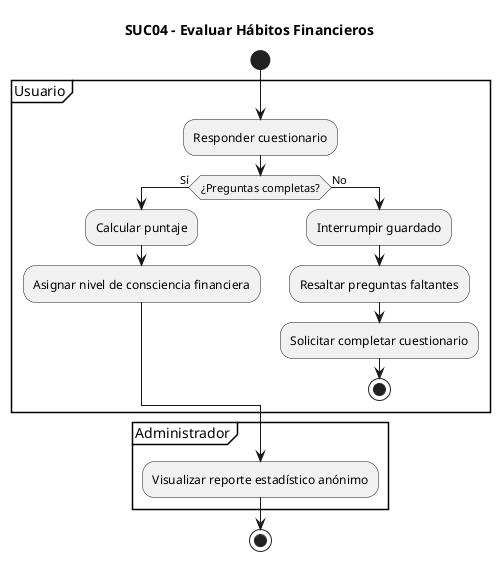
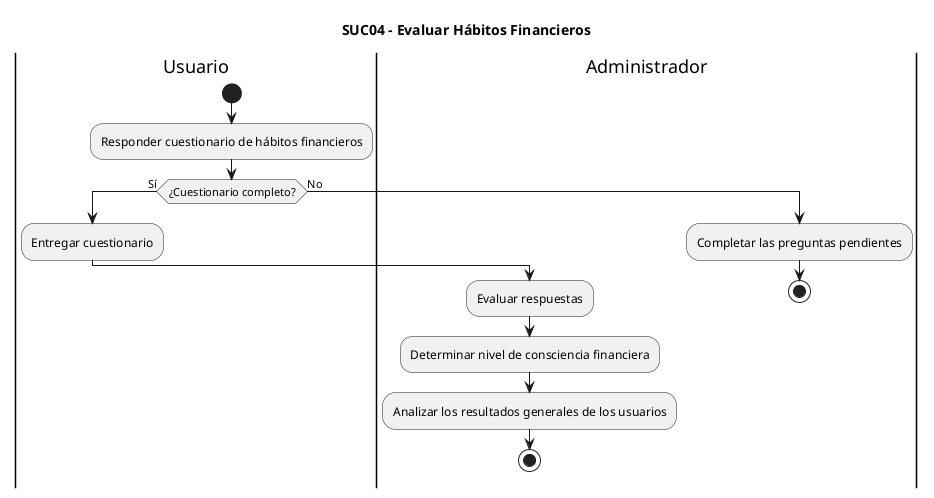
@startuml
title SUC04 - Evaluar Hábitos Financieros

+ |Usuario|
+ 
start

- partition Usuario {
+ :Responder cuestionario de hábitos financieros;

- :Responder cuestionario;
+ if (¿Cuestionario completo?) then (Sí)

- if (¿Preguntas completas?) then (Sí)
+ :Entregar cuestionario;

-     :Calcular puntaje;
-     :Asignar nivel de consciencia financiera;
+ |Administrador|
+ 
+ :Evaluar respuestas;
+ :Determinar nivel de consciencia financiera;
+ :Analizar los resultados generales de los usuarios;
+ 
+ stop

else (No)

-     :Interrumpir guardado;
-     :Resaltar preguntas faltantes;
-     :Solicitar completar cuestionario;
-     stop
+ :Completar las preguntas pendientes;
+ 
+ stop

endif

- }
- 
- partition Administrador {
- 
- :Visualizar reporte estadístico anónimo;
- 
- }
- 
- stop
- 
@enduml